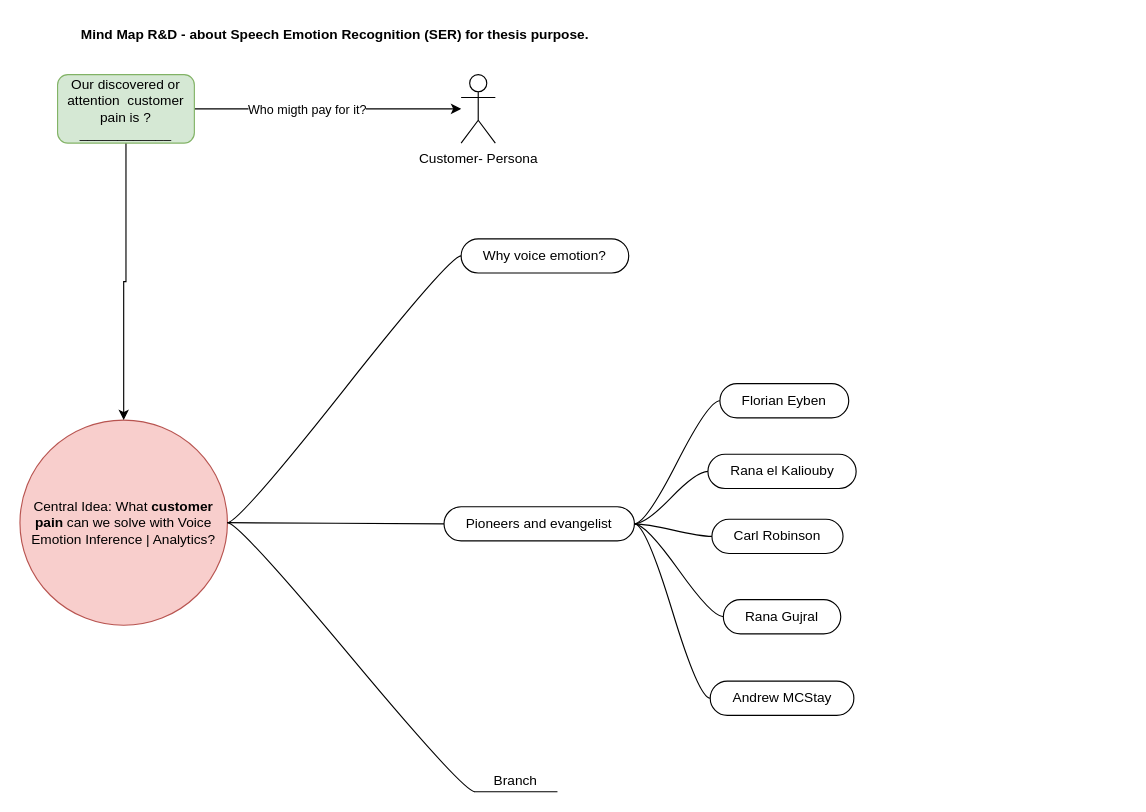
beltrewilton/ser_research keeps this draw.io diagram as SER-mind-map-ryd.drawio. Above is the earlier version. Source tidied: cells renumbered, new cells numbered last; positions are measured from the earlier drawing's top-left corner, leaving out a move shared by most shapes. Both pictures are drawn from the tidied source at 114%, with x=0, y=0 at pixel (19, 19).
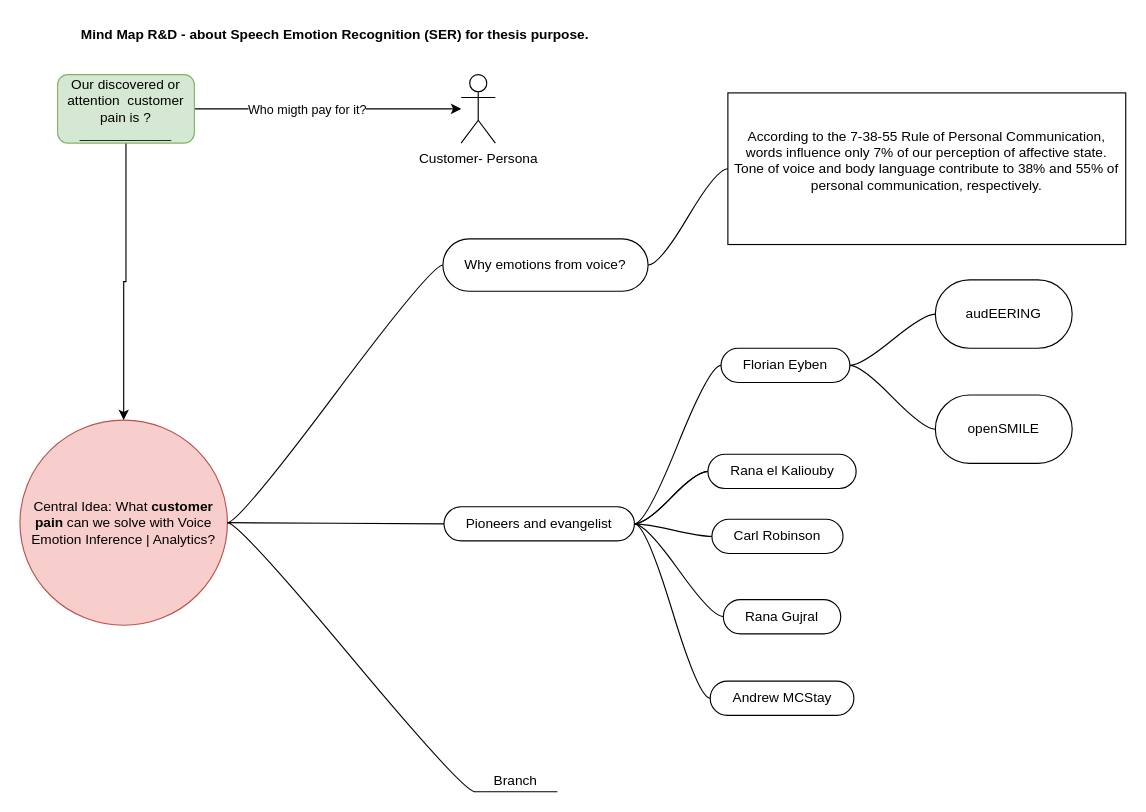
After the change.

Commit message (it also covers changes not shown here):
Eyben some child

Unchanged cells that the change refers to:
```xml
<mxCell id="16" value="Rana el Kaliouby" style="whiteSpace=wrap;html=1;rounded=1;arcSize=50;align=center;verticalAlign=middle;strokeWidth=1;spacing=4;newEdgeStyle={&quot;edgeStyle&quot;:&quot;entityRelationEdgeStyle&quot;,&quot;startArrow&quot;:&quot;none&quot;,&quot;endArrow&quot;:&quot;none&quot;,&quot;segment&quot;:10,&quot;curved&quot;:1,&quot;sourcePerimeterSpacing&quot;:0,&quot;targetPerimeterSpacing&quot;:0};strokeColor=default;fillColor=default;" parent="1" vertex="1">
  <mxGeometry x="603.5" y="381" width="130" height="30" as="geometry" />
</mxCell>
<mxCell id="18" value="Pioneers and&amp;nbsp;evangelist" style="whiteSpace=wrap;html=1;rounded=1;arcSize=50;align=center;verticalAlign=middle;strokeWidth=1;spacing=4;newEdgeStyle={&quot;edgeStyle&quot;:&quot;entityRelationEdgeStyle&quot;,&quot;startArrow&quot;:&quot;none&quot;,&quot;endArrow&quot;:&quot;none&quot;,&quot;segment&quot;:10,&quot;curved&quot;:1,&quot;sourcePerimeterSpacing&quot;:0,&quot;targetPerimeterSpacing&quot;:0};strokeColor=default;fillColor=default;" parent="1" vertex="1">
  <mxGeometry x="372" y="427" width="167" height="30" as="geometry" />
</mxCell>
```

The edit, as a diff of the source:
```diff
@@
+    <mxCell id="26" value="According to the 7-38-55 Rule of Personal Communication, words influence only 7% of our perception of affective state. Tone of voice and body language contribute to 38% and 55% of personal communication, respectively.&lt;br&gt;&lt;br&gt;" style="whiteSpace=wrap;html=1;rounded=0;arcSize=50;align=center;verticalAlign=middle;strokeWidth=1;spacing=4;newEdgeStyle={&quot;edgeStyle&quot;:&quot;entityRelationEdgeStyle&quot;,&quot;startArrow&quot;:&quot;none&quot;,&quot;endArrow&quot;:&quot;none&quot;,&quot;segment&quot;:10,&quot;curved&quot;:1,&quot;sourcePerimeterSpacing&quot;:0,&quot;targetPerimeterSpacing&quot;:0};strokeColor=default;fillColor=default;" parent="1" vertex="1" collapsed="1">
+      <mxGeometry x="621" y="64" width="349" height="133" as="geometry" />
+    </mxCell>
     <mxCell id="2" style="swimlane;startSize=20;horizontal=1;containerType=tree;strokeColor=none;fillColor=default;" parent="1" vertex="1">
-      <mxGeometry x="50" y="192" width="136" height="244" as="geometry" />
+      <mxGeometry x="50" y="192" width="156" height="244" as="geometry" />
     </mxCell>
@@
+    <mxCell id="27" style="edgeStyle=entityRelationEdgeStyle;rounded=0;jettySize=auto;html=1;startArrow=none;endArrow=none;segment=10;curved=1;sourcePerimeterSpacing=0;targetPerimeterSpacing=0;" parent="1" edge="1" source="18" target="16">
+      <mxGeometry relative="1" as="geometry" />
+    </mxCell>
@@
+    <mxCell id="28" style="edgeStyle=entityRelationEdgeStyle;rounded=0;jettySize=auto;html=1;startArrow=none;endArrow=none;segment=10;curved=1;sourcePerimeterSpacing=0;targetPerimeterSpacing=0;" parent="1" edge="1" source="21" target="31">
+      <mxGeometry relative="1" as="geometry" />
+    </mxCell>
+    <mxCell id="29" style="edgeStyle=entityRelationEdgeStyle;rounded=0;jettySize=auto;html=1;startArrow=none;endArrow=none;segment=10;curved=1;sourcePerimeterSpacing=0;targetPerimeterSpacing=0;" parent="1" edge="1" source="21" target="32">
+      <mxGeometry relative="1" as="geometry" />
+    </mxCell>
     <mxCell id="21" value="Florian Eyben" style="whiteSpace=wrap;html=1;rounded=1;arcSize=50;align=center;verticalAlign=middle;strokeWidth=1;spacing=4;newEdgeStyle={&quot;edgeStyle&quot;:&quot;entityRelationEdgeStyle&quot;,&quot;startArrow&quot;:&quot;none&quot;,&quot;endArrow&quot;:&quot;none&quot;,&quot;segment&quot;:10,&quot;curved&quot;:1,&quot;sourcePerimeterSpacing&quot;:0,&quot;targetPerimeterSpacing&quot;:0};strokeColor=default;fillColor=default;" parent="1" vertex="1">
-      <mxGeometry x="614" y="319" width="113" height="30" as="geometry" />
+      <mxGeometry x="615" y="288" width="113" height="30" as="geometry" />
     </mxCell>
+    <mxCell id="30" style="edgeStyle=entityRelationEdgeStyle;startArrow=none;endArrow=none;segment=10;curved=1;sourcePerimeterSpacing=0;targetPerimeterSpacing=0;rounded=0;" parent="1" edge="1" source="22" target="26">
+      <mxGeometry relative="1" as="geometry" />
+    </mxCell>
-    <mxCell id="22" value="Why voice emotion?" style="whiteSpace=wrap;html=1;rounded=1;arcSize=50;align=center;verticalAlign=middle;strokeWidth=1;spacing=4;newEdgeStyle={&quot;edgeStyle&quot;:&quot;entityRelationEdgeStyle&quot;,&quot;startArrow&quot;:&quot;none&quot;,&quot;endArrow&quot;:&quot;none&quot;,&quot;segment&quot;:10,&quot;curved&quot;:1,&quot;sourcePerimeterSpacing&quot;:0,&quot;targetPerimeterSpacing&quot;:0};strokeColor=default;fillColor=default;" parent="1" vertex="1" collapsed="1">
-      <mxGeometry x="387" y="192" width="147" height="30" as="geometry" />
+    <mxCell id="22" value="Why emotions from voice?" style="whiteSpace=wrap;html=1;rounded=1;arcSize=50;align=center;verticalAlign=middle;strokeWidth=1;spacing=4;newEdgeStyle={&quot;edgeStyle&quot;:&quot;entityRelationEdgeStyle&quot;,&quot;startArrow&quot;:&quot;none&quot;,&quot;endArrow&quot;:&quot;none&quot;,&quot;segment&quot;:10,&quot;curved&quot;:1,&quot;sourcePerimeterSpacing&quot;:0,&quot;targetPerimeterSpacing&quot;:0};strokeColor=default;fillColor=default;" parent="1" vertex="1">
+      <mxGeometry x="371" y="192" width="180" height="46" as="geometry" />
     </mxCell>
@@
+    <mxCell id="31" value="audEERING" style="whiteSpace=wrap;html=1;rounded=1;arcSize=50;strokeWidth=1;spacing=4;" parent="1" vertex="1">
+      <mxGeometry x="803" y="228" width="120" height="60" as="geometry" />
+    </mxCell>
+    <mxCell id="32" value="openSMILE" style="whiteSpace=wrap;html=1;rounded=1;arcSize=50;strokeWidth=1;spacing=4;" parent="1" vertex="1">
+      <mxGeometry x="803" y="329" width="120" height="60" as="geometry" />
+    </mxCell>
```
